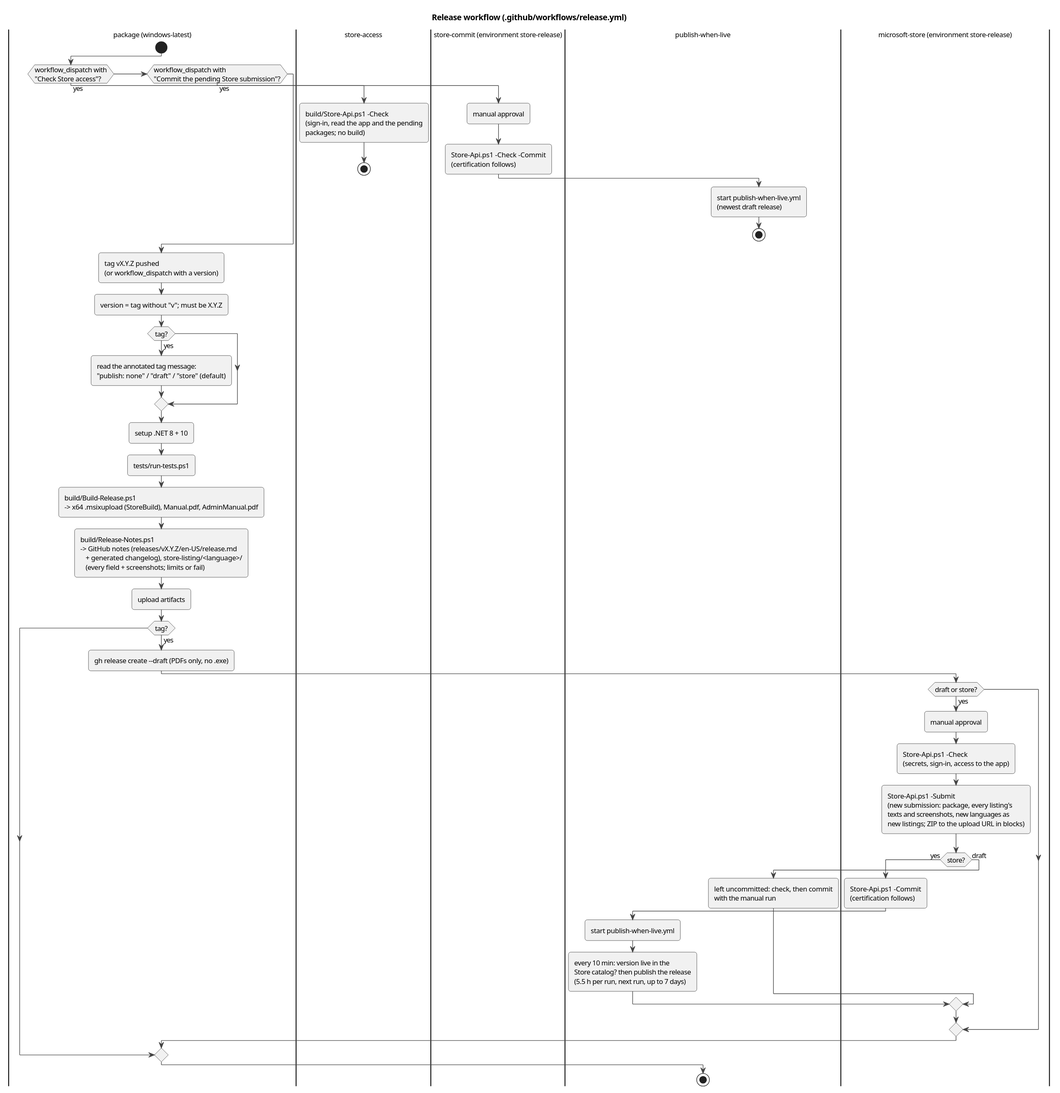
halatsWol/TextTemplateManager-v2 keeps this PlantUML diagram as docs/architecture/diagrams/act-release.svg. Above is the earlier version.
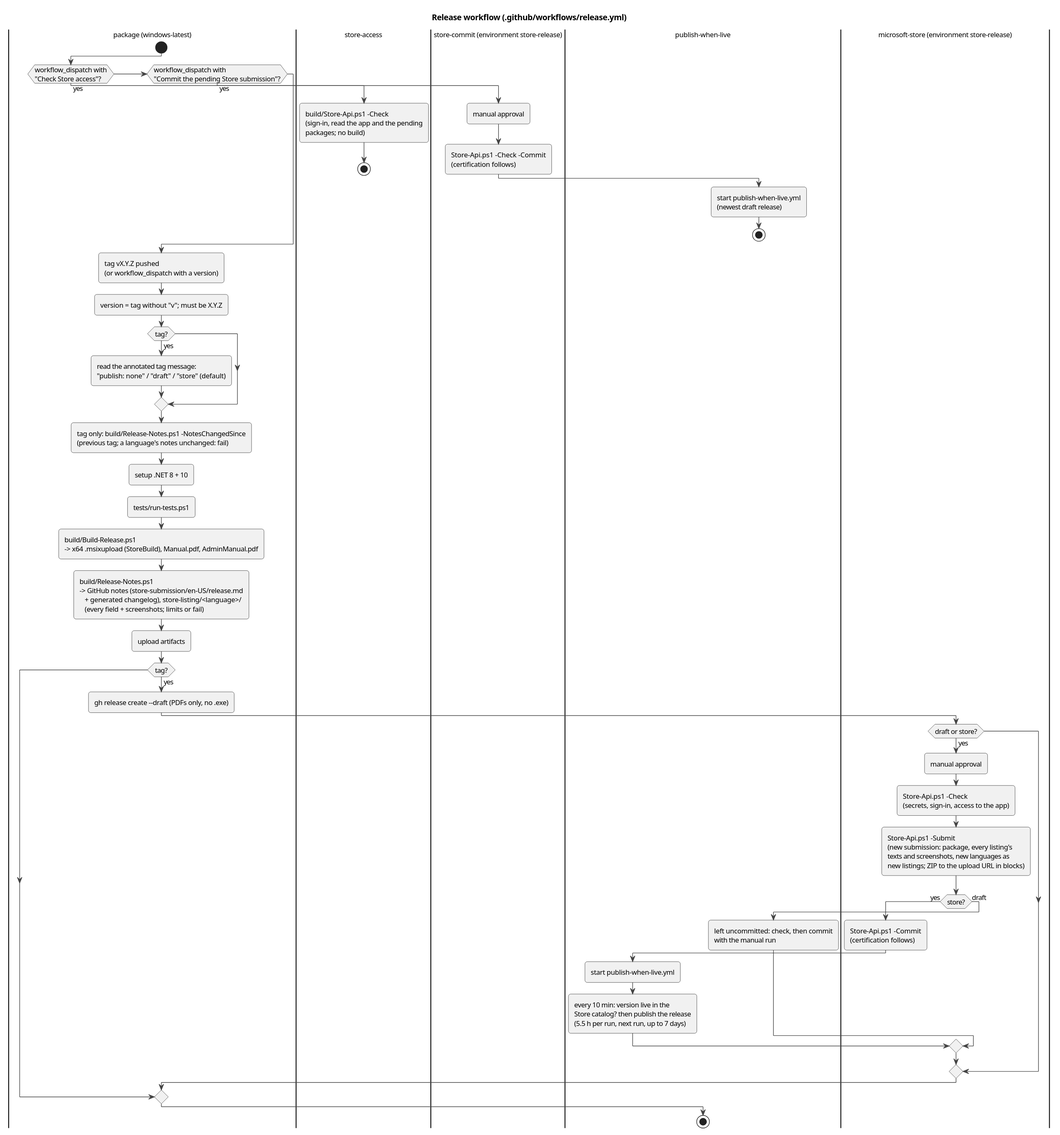
The same file after the commit.

Change to the diagram source:
```diff
@@ -22,10 +22,11 @@
 if (tag?) then (yes)
   :read the annotated tag message:\n"publish: none" / "draft" / "store" (default);
 endif
+:tag only: build/Release-Notes.ps1 -NotesChangedSince\n(previous tag; a language's notes unchanged: fail);
 :setup .NET 8 + 10;
 :tests/run-tests.ps1;
 :build/Build-Release.ps1\n-> x64 .msixupload (StoreBuild), Manual.pdf, AdminManual.pdf;
-:build/Release-Notes.ps1\n-> GitHub notes (releases/vX.Y.Z/en-US/release.md\n   + generated changelog), store-listing/<language>/\n   (every field + screenshots; limits or fail);
+:build/Release-Notes.ps1\n-> GitHub notes (store-submission/en-US/release.md\n   + generated changelog), store-listing/<language>/\n   (every field + screenshots; limits or fail);
 :upload artifacts;
 if (tag?) then (yes)
   :gh release create --draft (PDFs only, no .exe);
```
